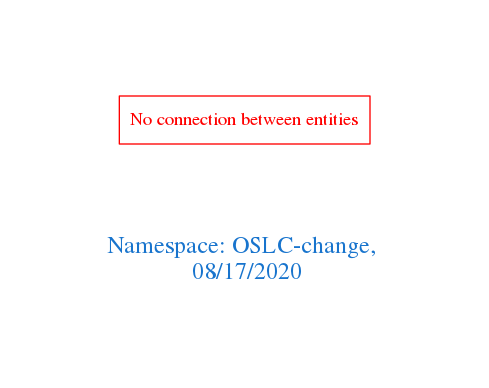
This is downloads/OSLC-change.png from arago/OGIT, a Graphviz export, as it was before one commit. Its source is kept beside it as downloads/OSLC-change.dot.
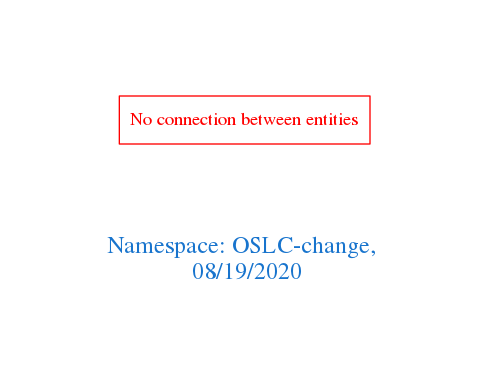
Later version of the same file.

The edit, as a diff of the source:
```diff
@@ -1,7 +1,7 @@
 digraph OGIT_ontology {
  graph [ rankdir= LR,pad=1
 fontsize = 18,
-fontcolor= dodgerblue3,label = "\n\n\nNamespace: OSLC-change, \n 08/17/2020"];
+fontcolor= dodgerblue3,label = "\n\n\nNamespace: OSLC-change, \n 08/19/2020"];
 node[shape=polygon];
 edge [  color="gray81"];
 
```
